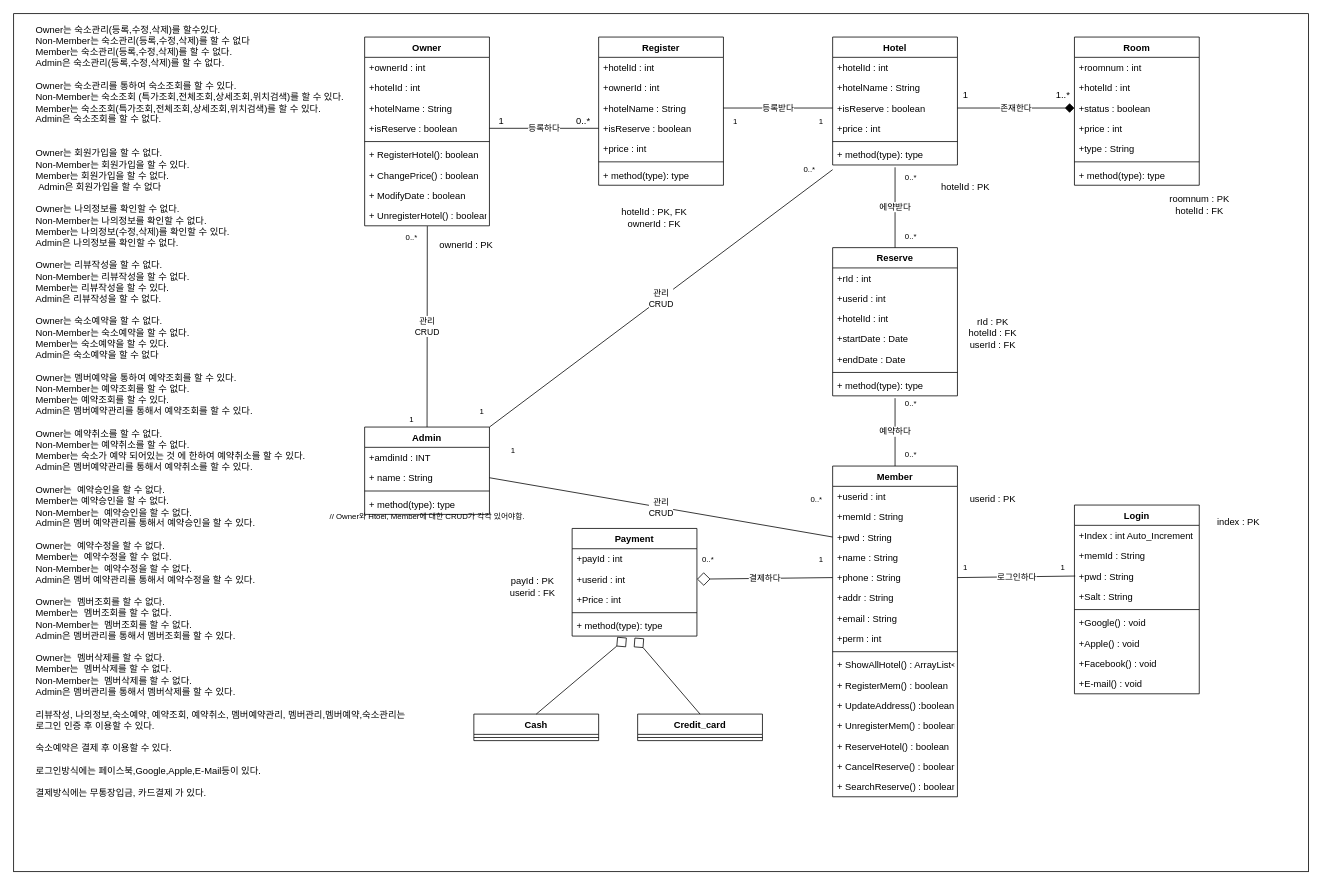
Earlier version of the draw.io diagram page "CLASS DIAGRAM" (2 of 5) of src/HotelReservation DB/HotelReservations.drawio (Anministar/JAVA_STUDYING). Source tidied: cells renumbered, new cells numbered last; positions are measured from the earlier drawing's top-left corner, leaving out a move shared by most shapes. Both pictures are drawn from the tidied source at 78%, with x=0, y=0 at pixel (13, 13).
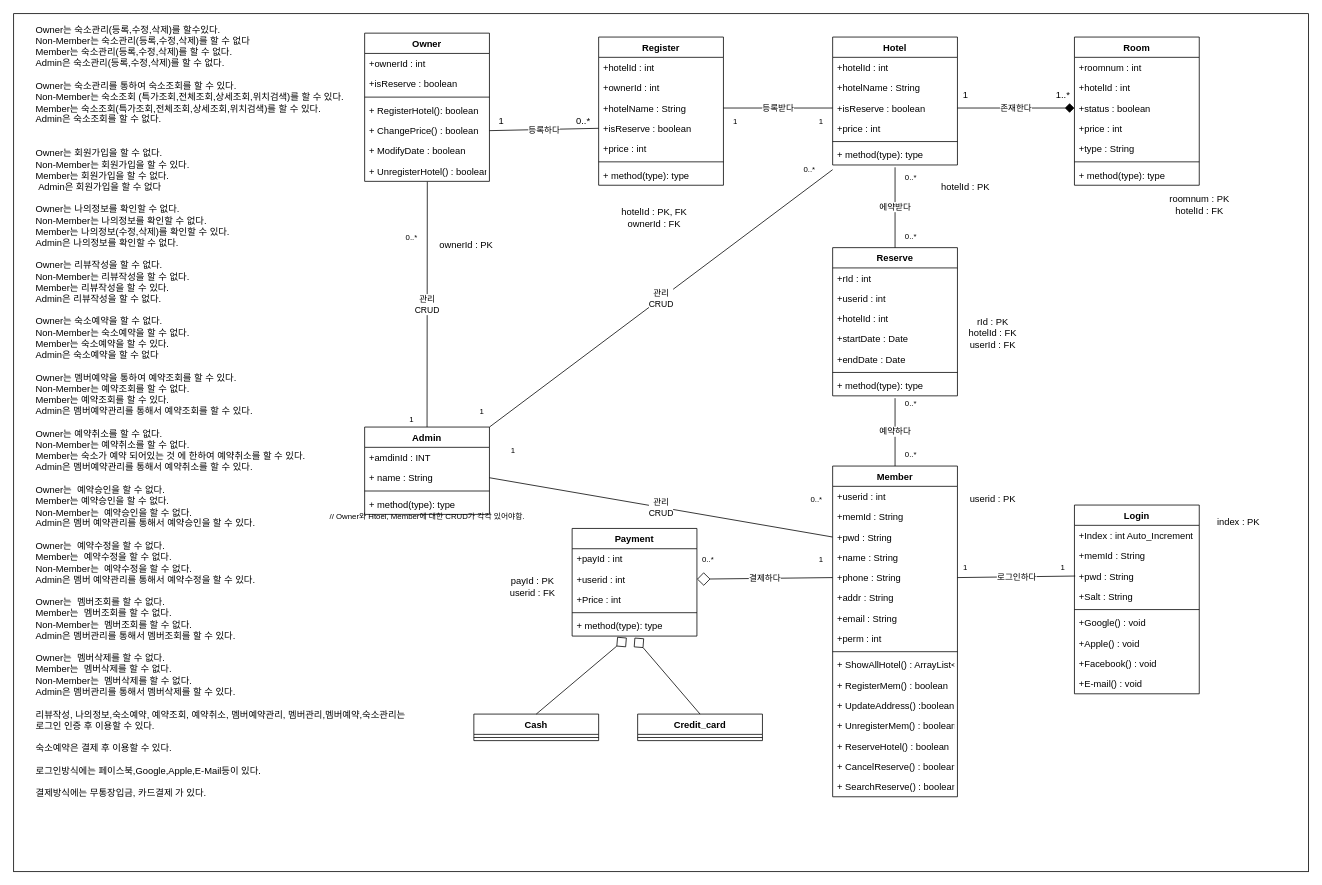
After the change.

The change refers to these unchanged cells:
```xml
<mxCell id="76" value="+isReserve : boolean" style="text;strokeColor=none;fillColor=none;align=left;verticalAlign=top;spacingLeft=4;spacingRight=4;overflow=hidden;points=[[0,0.5],[1,0.5]];portConstraint=eastwest;" parent="72" vertex="1">
  <mxGeometry y="104" width="160" height="26" as="geometry" />
</mxCell>
```

What changed in the source:
```diff
@@
     <mxCell id="45" value="Owner" style="swimlane;fontStyle=1;align=center;verticalAlign=top;horizontal=1;startSize=26;" parent="1" vertex="1">
-      <mxGeometry x="450" y="30" width="160" height="242" as="geometry" />
+      <mxGeometry x="450" y="25" width="160" height="190" as="geometry" />
     </mxCell>
@@
-    <mxCell id="47" value="+hotelId : int" style="text;strokeColor=none;fillColor=none;align=left;verticalAlign=top;spacingLeft=4;spacingRight=4;overflow=hidden;" parent="45" vertex="1">
-      <mxGeometry y="52" width="160" height="26" as="geometry" />
-    </mxCell>
-    <mxCell id="48" value="+hotelName : String" style="text;strokeColor=none;fillColor=none;align=left;verticalAlign=top;spacingLeft=4;spacingRight=4;overflow=hidden;" parent="45" vertex="1">
-      <mxGeometry y="78" width="160" height="26" as="geometry" />
-    </mxCell>
     <mxCell id="49" value="+isReserve : boolean" style="text;strokeColor=none;fillColor=none;align=left;verticalAlign=top;spacingLeft=4;spacingRight=4;overflow=hidden;points=[[0,0.5],[1,0.5]];portConstraint=eastwest;" parent="45" vertex="1">
-      <mxGeometry y="104" width="160" height="26" as="geometry" />
+      <mxGeometry y="52" width="160" height="26" as="geometry" />
     </mxCell>
     <mxCell id="50" style="line;strokeWidth=1;fillColor=none;align=left;verticalAlign=middle;spacingTop=-1;spacingLeft=3;spacingRight=3;labelPosition=right;strokeColor=inherit;" parent="45" vertex="1">
-      <mxGeometry y="130" width="160" height="8" as="geometry" />
+      <mxGeometry y="78" width="160" height="8" as="geometry" />
     </mxCell>
     <mxCell id="51" value="+ RegisterHotel(): boolean" style="text;strokeColor=none;fillColor=none;align=left;verticalAlign=top;spacingLeft=4;spacingRight=4;overflow=hidden;" parent="45" vertex="1">
-      <mxGeometry y="138" width="160" height="26" as="geometry" />
+      <mxGeometry y="86" width="160" height="26" as="geometry" />
     </mxCell>
     <mxCell id="52" value="+ ChangePrice() : boolean" style="text;strokeColor=none;fillColor=none;align=left;verticalAlign=top;spacingLeft=4;spacingRight=4;overflow=hidden;points=[[0,0.5],[1,0.5]];portConstraint=eastwest;" parent="45" vertex="1">
-      <mxGeometry y="164" width="160" height="26" as="geometry" />
+      <mxGeometry y="112" width="160" height="26" as="geometry" />
     </mxCell>
     <mxCell id="53" value="+ ModifyDate : boolean" style="text;strokeColor=none;fillColor=none;align=left;verticalAlign=top;spacingLeft=4;spacingRight=4;overflow=hidden;" parent="45" vertex="1">
-      <mxGeometry y="190" width="160" height="26" as="geometry" />
+      <mxGeometry y="138" width="160" height="26" as="geometry" />
     </mxCell>
     <mxCell id="54" value="+ UnregisterHotel() : boolean" style="text;strokeColor=none;fillColor=none;align=left;verticalAlign=top;spacingLeft=4;spacingRight=4;overflow=hidden;points=[[0,0.5],[1,0.5]];portConstraint=eastwest;" parent="45" vertex="1">
-      <mxGeometry y="216" width="160" height="26" as="geometry" />
+      <mxGeometry y="164" width="160" height="26" as="geometry" />
     </mxCell>
@@
-    <mxCell id="80" value="등록하다" style="endArrow=none;html=1;rounded=0;exitX=1;exitY=0.5;exitDx=0;exitDy=0;entryX=0;entryY=0.5;entryDx=0;entryDy=0;" parent="1" edge="1" source="49" target="76">
+    <mxCell id="80" value="등록하다" style="endArrow=none;html=1;rounded=0;entryX=0;entryY=0.5;entryDx=0;entryDy=0;exitX=1;exitY=0.5;exitDx=0;exitDy=0;" parent="1" edge="1" source="52" target="76">
       <mxGeometry relative="1" as="geometry" />
     </mxCell>
```
